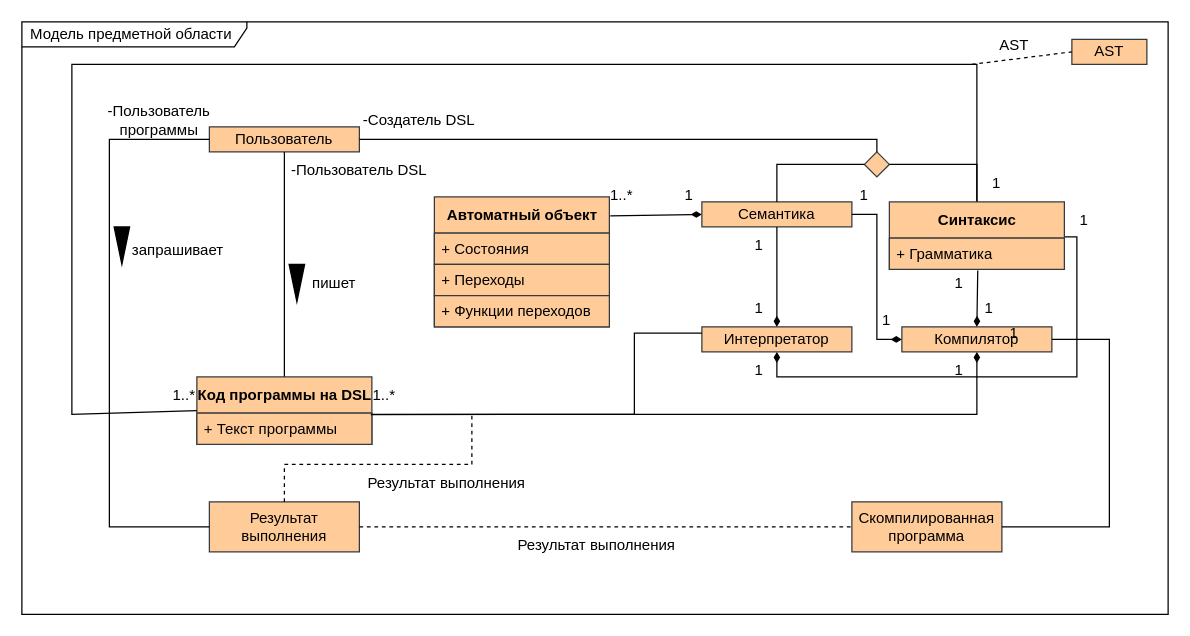
Before: docs/raw_diagrams/domain_model.drawio in aVorotnikov/dsl_generator, a draw.io diagram. Source tidied: cells renumbered, new cells numbered last; positions are measured from the earlier drawing's top-left corner, leaving out a move shared by most shapes. Both pictures are drawn from the tidied source at 125%, with x=0, y=0 at pixel (21, 21).
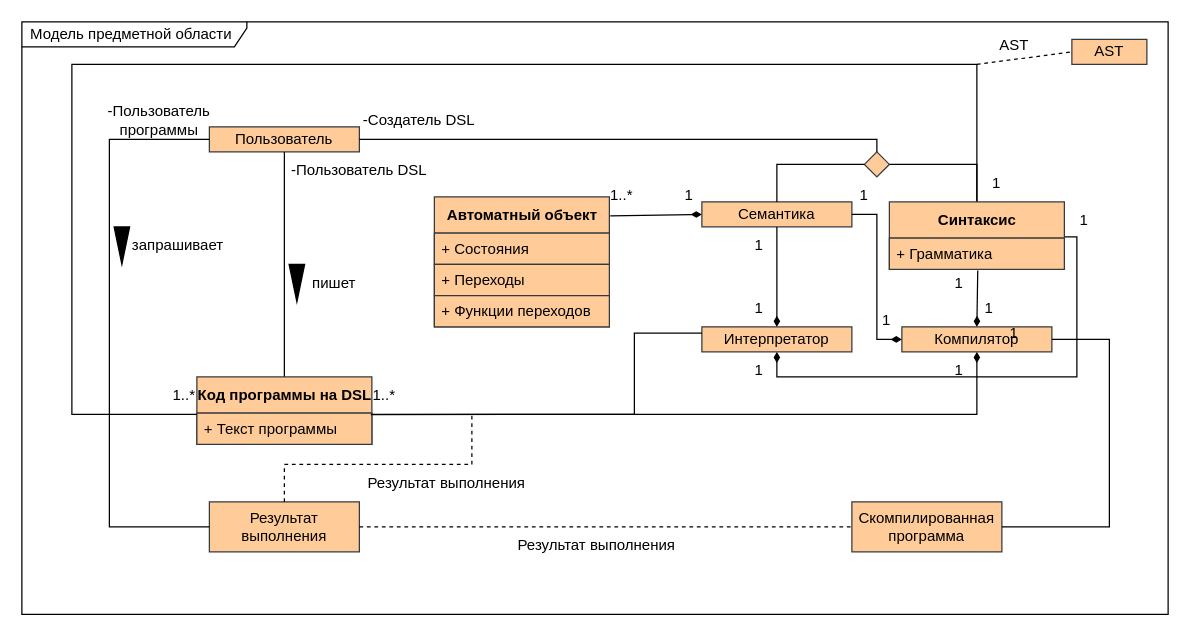
Above is the later version.

Commit message:
Fixed domain model diagram

Unchanged cells that the change refers to:
```xml
<mxCell id="18" value="Код программы на DSL" style="swimlane;fontStyle=1;align=center;verticalAlign=middle;horizontal=1;startSize=29;html=1;fillColor=#ffcc99;strokeColor=#36393d;" parent="1" vertex="1">
  <mxGeometry x="140" y="284" width="140" height="54" as="geometry" />
</mxCell>
<mxCell id="37" value="Синтаксис" style="swimlane;fontStyle=1;align=center;verticalAlign=middle;horizontal=1;startSize=29;html=1;fillColor=#ffcc99;strokeColor=#36393d;" parent="1" vertex="1">
  <mxGeometry x="694" y="144" width="140" height="54" as="geometry" />
</mxCell>
<mxCell id="53" value="1..*" style="text;html=1;strokeColor=none;fillColor=none;align=center;verticalAlign=middle;whiteSpace=wrap;rounded=0;" parent="1" vertex="1">
  <mxGeometry x="120" y="284" width="20" height="30" as="geometry" />
</mxCell>
<mxCell id="54" value="AST" style="rounded=0;whiteSpace=wrap;html=1;fillColor=#ffcc99;strokeColor=#36393d;" parent="1" vertex="1">
  <mxGeometry x="840" y="14" width="60" height="20" as="geometry" />
</mxCell>
<mxCell id="56" value="AST" style="text;html=1;strokeColor=none;fillColor=none;align=center;verticalAlign=middle;whiteSpace=wrap;rounded=0;" parent="1" vertex="1">
  <mxGeometry x="764" y="4" width="60" height="30" as="geometry" />
</mxCell>
```

What changed in the source:
```diff
@@
-    <mxCell id="32" style="endArrow=none;html=1;rounded=0;exitX=0.5;exitY=0;exitDx=0;exitDy=0;entryX=0;entryY=0.5;entryDx=0;entryDy=0;" parent="1" edge="1" source="37" target="18">
+    <mxCell id="32" style="endArrow=none;html=1;rounded=0;exitX=0.5;exitY=0;exitDx=0;exitDy=0;entryX=1;entryY=1;entryDx=0;entryDy=0;" parent="1" edge="1" source="37" target="53">
       <mxGeometry relative="1" as="geometry">
         <Array as="points">
           <mxPoint x="764" y="34" />
           <mxPoint x="40" y="34" />
           <mxPoint x="40" y="314" />
         </Array>
       </mxGeometry>
     </mxCell>
@@
-    <mxCell id="55" style="endArrow=none;dashed=1;html=1;rounded=0;entryX=0;entryY=0.5;entryDx=0;entryDy=0;" parent="1" edge="1" target="54">
-      <mxGeometry relative="1" as="geometry">
-        <mxPoint x="760" y="34" as="sourcePoint" />
-      </mxGeometry>
+    <mxCell id="55" style="endArrow=none;dashed=1;html=1;rounded=0;entryX=0;entryY=0.5;entryDx=0;entryDy=0;exitX=0;exitY=1;exitDx=0;exitDy=0;" parent="1" edge="1" source="56" target="54">
+      <mxGeometry relative="1" as="geometry" />
     </mxCell>
@@
     <mxCell id="60" value="запрашивает" style="text;html=1;strokeColor=none;fillColor=none;align=center;verticalAlign=middle;whiteSpace=wrap;rounded=0;" parent="1" vertex="1">
-      <mxGeometry x="90" y="168" width="70" height="30" as="geometry" />
+      <mxGeometry x="90" y="164" width="70" height="30" as="geometry" />
     </mxCell>
```
